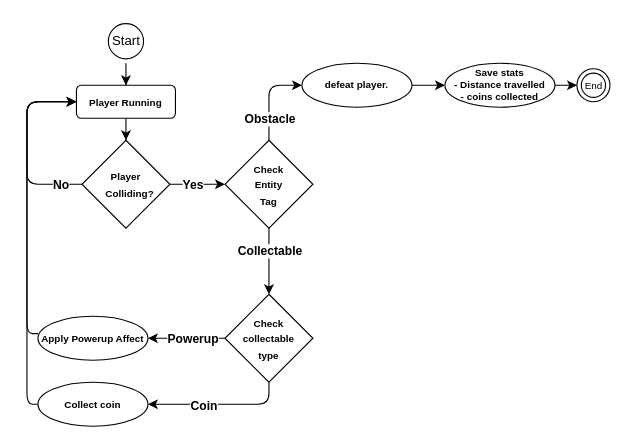
Before: CollisionHandlingFlowchart.drawio in PsychicHavocTV/CPPSideScroller, a draw.io diagram. Source tidied: cells renumbered, new cells numbered last; positions are measured from the earlier drawing's top-left corner, leaving out a move shared by most shapes. Both pictures are drawn from the tidied source at 110%, with x=0, y=0 at pixel (26, 19).
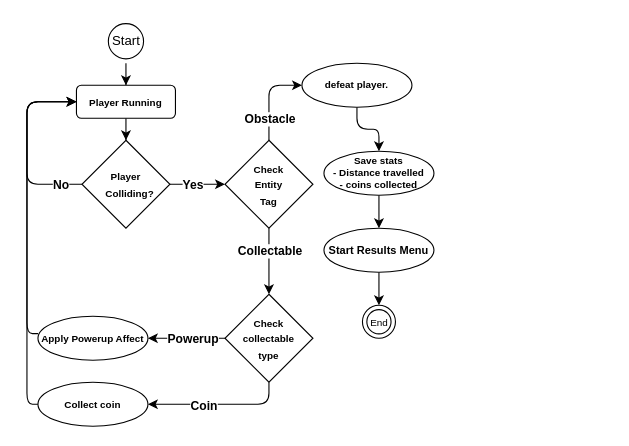
The same page after the edit.

Unchanged cells that the change refers to:
```xml
<mxCell id="17" value="&lt;font style=&quot;font-size: 9px;&quot;&gt;&lt;b&gt;defeat player.&lt;/b&gt;&lt;/font&gt;" style="ellipse;whiteSpace=wrap;html=1;align=center;fontSize=8;" parent="1" vertex="1">
  <mxGeometry x="250" y="40" width="100" height="40" as="geometry" />
</mxCell>
```

The edit, as a diff of the source:
```diff
@@
-    <mxCell id="16" style="edgeStyle=orthogonalEdgeStyle;rounded=0;jettySize=auto;html=1;" parent="1" edge="1" source="17" target="19">
+    <mxCell id="16" style="edgeStyle=orthogonalEdgeStyle;rounded=1;jettySize=auto;html=1;" parent="1" edge="1" source="17" target="19">
       <mxGeometry relative="1" as="geometry" />
     </mxCell>
@@
-    <mxCell id="18" style="edgeStyle=orthogonalEdgeStyle;rounded=0;jettySize=auto;html=1;entryX=0;entryY=0.5;entryDx=0;entryDy=0;" parent="1" edge="1" source="19" target="20">
-      <mxGeometry relative="1" as="geometry" />
-    </mxCell>
+    <mxCell id="30" style="edgeStyle=orthogonalEdgeStyle;rounded=0;jettySize=auto;html=1;entryX=0.5;entryY=0;entryDx=0;entryDy=0;" parent="1" edge="1" source="19" target="32">
+      <mxGeometry relative="1" as="geometry" />
+    </mxCell>
     <mxCell id="19" value="&lt;font style=&quot;font-size: 9px;&quot;&gt;&lt;b&gt;Save stats&lt;br&gt;- Distance travelled&lt;br&gt;- coins collected&lt;/b&gt;&lt;/font&gt;" style="ellipse;whiteSpace=wrap;html=1;align=center;fontSize=8;" parent="1" vertex="1">
-      <mxGeometry x="380" y="40" width="100" height="40" as="geometry" />
+      <mxGeometry x="270" y="120" width="100" height="40" as="geometry" />
     </mxCell>
     <mxCell id="20" value="&lt;font style=&quot;font-size: 9px;&quot;&gt;End&lt;/font&gt;" style="ellipse;html=1;shape=endState;" parent="1" vertex="1">
-      <mxGeometry x="500" y="45" width="30" height="30" as="geometry" />
+      <mxGeometry x="305" y="260" width="30" height="30" as="geometry" />
     </mxCell>
@@
+    <mxCell id="31" style="edgeStyle=orthogonalEdgeStyle;rounded=0;jettySize=auto;html=1;entryX=0.5;entryY=0;entryDx=0;entryDy=0;" parent="1" edge="1" source="32" target="20">
+      <mxGeometry relative="1" as="geometry" />
+    </mxCell>
+    <mxCell id="32" value="&lt;font size=&quot;1&quot;&gt;&lt;b&gt;Start Results Menu&lt;/b&gt;&lt;/font&gt;" style="ellipse;whiteSpace=wrap;html=1;align=center;fontSize=8;" parent="1" vertex="1">
+      <mxGeometry x="270" y="190" width="100" height="40" as="geometry" />
+    </mxCell>
```
